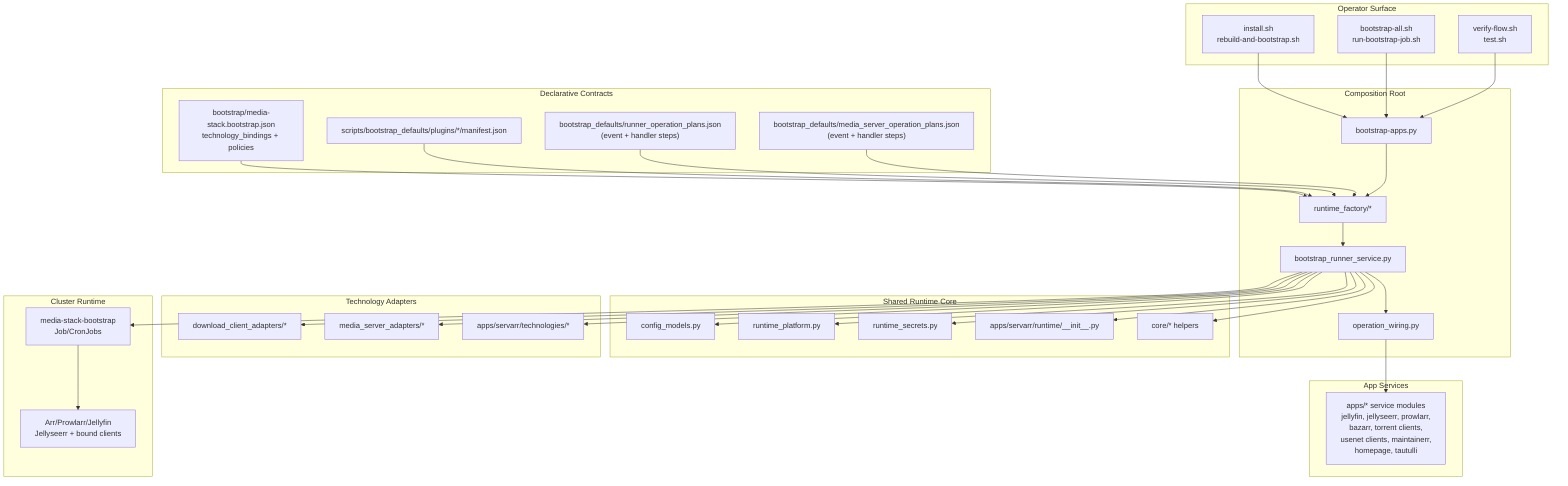
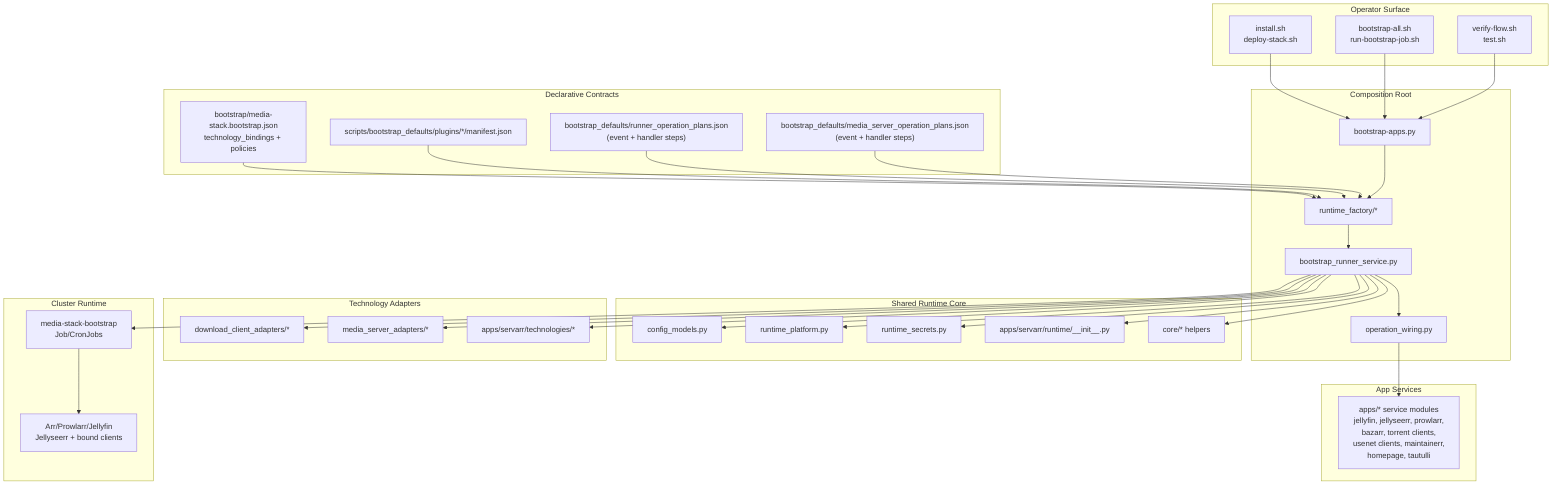
flowchart TD
  subgraph Operators[Operator Surface]
-     SH1["install.sh\nrebuild-and-bootstrap.sh"]
+     SH1["install.sh\ndeploy-stack.sh"]
    SH2["bootstrap-all.sh\nrun-bootstrap-job.sh"]
    SH3["verify-flow.sh\ntest.sh"]
  end

  subgraph Contracts[Declarative Contracts]
    CFG["bootstrap/media-stack.bootstrap.json\ntechnology_bindings + policies"]
    PM["scripts/bootstrap_defaults/plugins/*/manifest.json"]
    RPLAN["bootstrap_defaults/runner_operation_plans.json\n(event + handler steps)"]
    MPLAN["bootstrap_defaults/media_server_operation_plans.json\n(event + handler steps)"]
  end

  subgraph Entry[Composition Root]
    MAIN["bootstrap-apps.py"]
    RF["runtime_factory/*"]
    RUN["bootstrap_runner_service.py"]
    WIRE["operation_wiring.py"]
  end

  subgraph Core[Shared Runtime Core]
    CFGM["config_models.py"]
    CORE_RT["runtime_platform.py"]
    CORE_SEC["runtime_secrets.py"]
    ARR["apps/servarr/runtime/__init__.py"]
    LIB["core/* helpers"]
  end

  subgraph Adapters[Technology Adapters]
    DL["download_client_adapters/*"]
    MS["media_server_adapters/*"]
    SA["apps/servarr/technologies/*"]
  end

  subgraph AppSvc[App Services]
    APPMOD["apps/* service modules\njellyfin, jellyseerr, prowlarr,\nbazarr, torrent clients,\nusenet clients, maintainerr,\nhomepage, tautulli"]
  end

  subgraph Runtime[Cluster Runtime]
    JOB["media-stack-bootstrap\nJob/CronJobs"]
    APPS["Arr/Prowlarr/Jellyfin\nJellyseerr + bound clients"]
  end

  SH1 --> MAIN
  SH2 --> MAIN
  SH3 --> MAIN

  CFG --> RF
  PM --> RF
  RPLAN --> RF
  MPLAN --> RF

  MAIN --> RF --> RUN --> WIRE

  RUN --> CFGM
  RUN --> CORE_RT
  RUN --> CORE_SEC
  RUN --> ARR
  RUN --> LIB

  RUN --> DL
  RUN --> MS
  RUN --> SA

  WIRE --> APPMOD

  RUN --> JOB --> APPS
